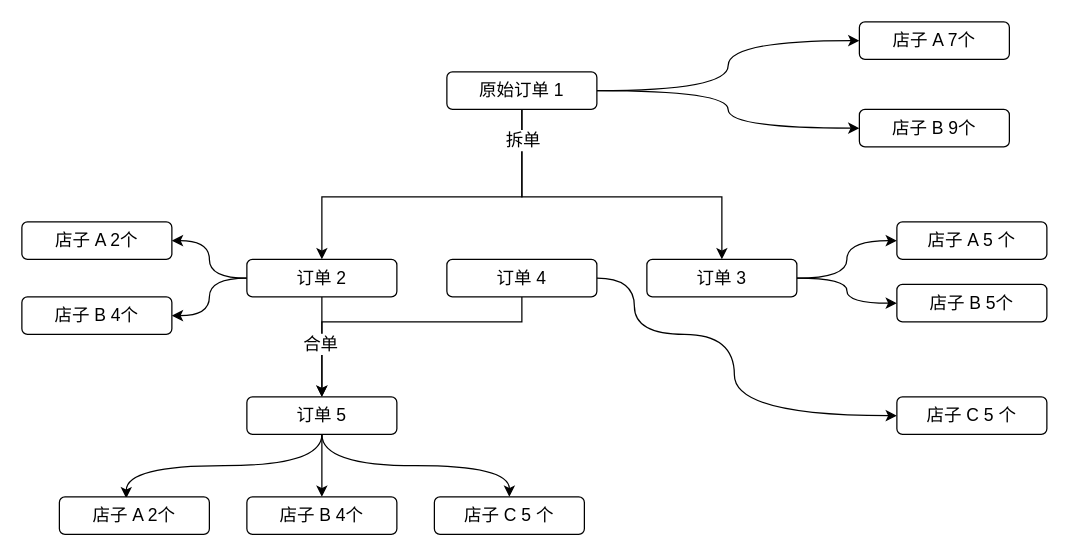
The draw.io diagram longpean/均摊逻辑.drawio in GitHeP/diagrams, before the edit. Source tidied: cells renumbered, new cells numbered last; positions are measured from the earlier drawing's top-left corner, leaving out a move shared by most shapes. Both pictures are drawn from the tidied source at 125%, with x=0, y=0 at pixel (21, 21).
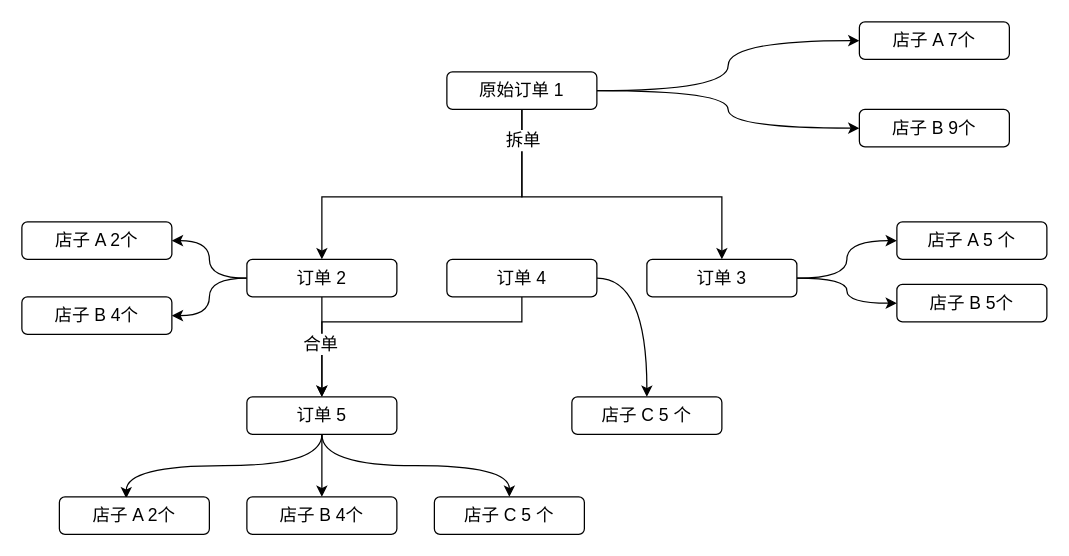
After the change.

Commit message:
更新均摊逻辑.drawio

Unchanged cells that the change refers to:
```xml
<mxCell id="24" value="&lt;font style=&quot;font-size: 14px;&quot;&gt;订单 4&lt;/font&gt;" style="rounded=1;whiteSpace=wrap;html=1;" parent="1" vertex="1">
  <mxGeometry x="340" y="190" width="120" height="30" as="geometry" />
</mxCell>
```

The edit, as a diff of the source:
```diff
@@
-    <mxCell id="23" style="edgeStyle=orthogonalEdgeStyle;jettySize=auto;html=1;entryX=0;entryY=0.5;entryDx=0;entryDy=0;curved=1;" parent="1" edge="1" source="24" target="29">
-      <mxGeometry relative="1" as="geometry">
-        <Array as="points">
-          <mxPoint x="490" y="205" />
-          <mxPoint x="490" y="250" />
-          <mxPoint x="570" y="250" />
-          <mxPoint x="570" y="315" />
-        </Array>
-      </mxGeometry>
+    <mxCell id="23" style="edgeStyle=orthogonalEdgeStyle;jettySize=auto;html=1;entryX=0.5;entryY=0;entryDx=0;entryDy=0;curved=1;exitX=1;exitY=0.5;exitDx=0;exitDy=0;" parent="1" edge="1" source="24" target="29">
+      <mxGeometry relative="1" as="geometry" />
     </mxCell>
@@
     <mxCell id="29" value="&lt;font style=&quot;font-size: 14px;&quot;&gt;店子 C 5 个&lt;/font&gt;" style="rounded=1;whiteSpace=wrap;html=1;" parent="1" vertex="1">
-      <mxGeometry x="700" y="300" width="120" height="30" as="geometry" />
+      <mxGeometry x="440" y="300" width="120" height="30" as="geometry" />
     </mxCell>
```
